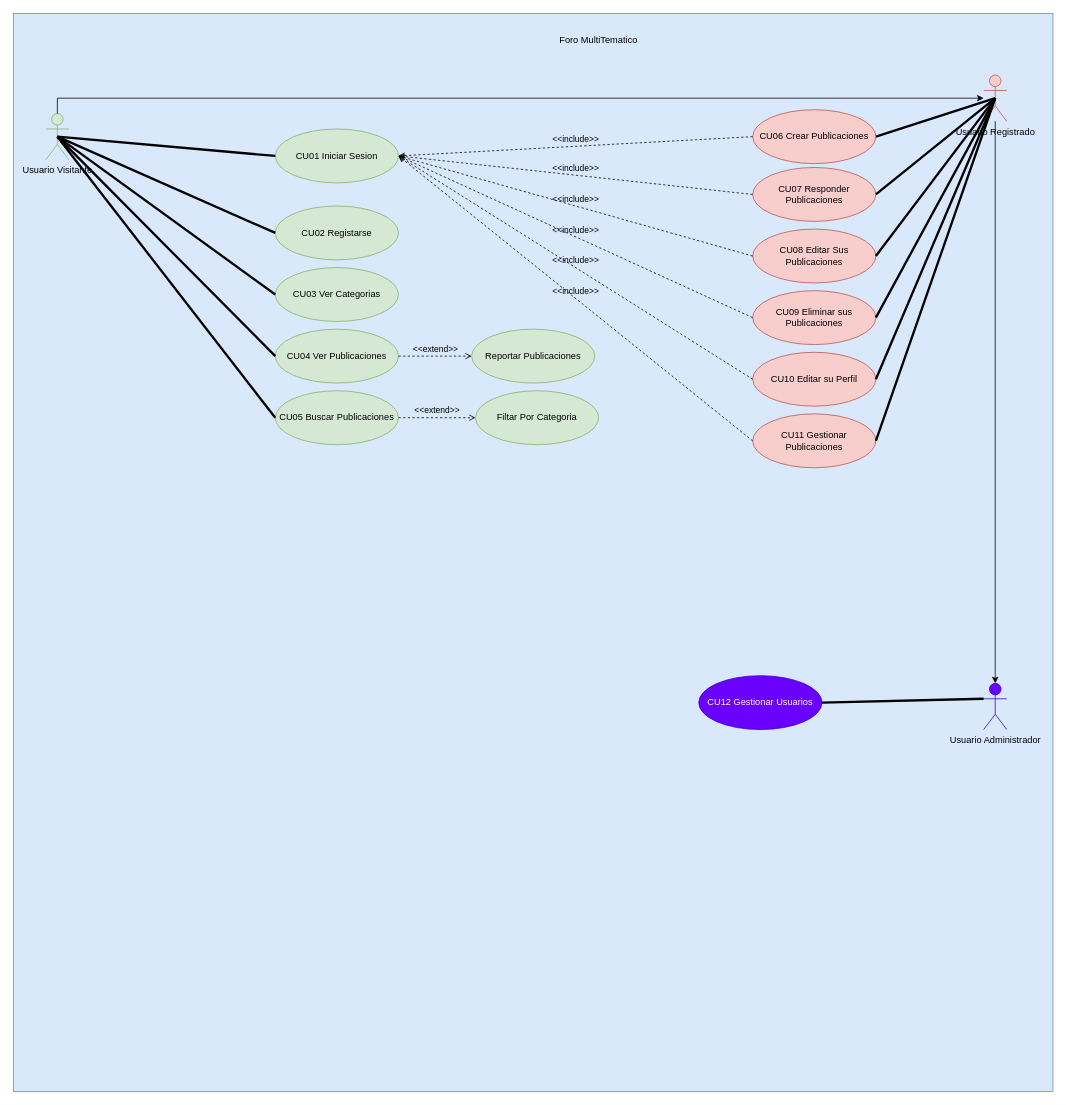
The draw.io diagram Fase de Diseño/Casos de uso/casos de uso drawio/Casos de Uso.drawio in daniinigogarcia98/Proyecto-Intermodular, before the edit. Source tidied: cells renumbered, new cells numbered last; positions are measured from the earlier drawing's top-left corner, leaving out a move shared by most shapes. Both pictures are drawn from the tidied source at 77%, with x=0, y=0 at pixel (13, 13).
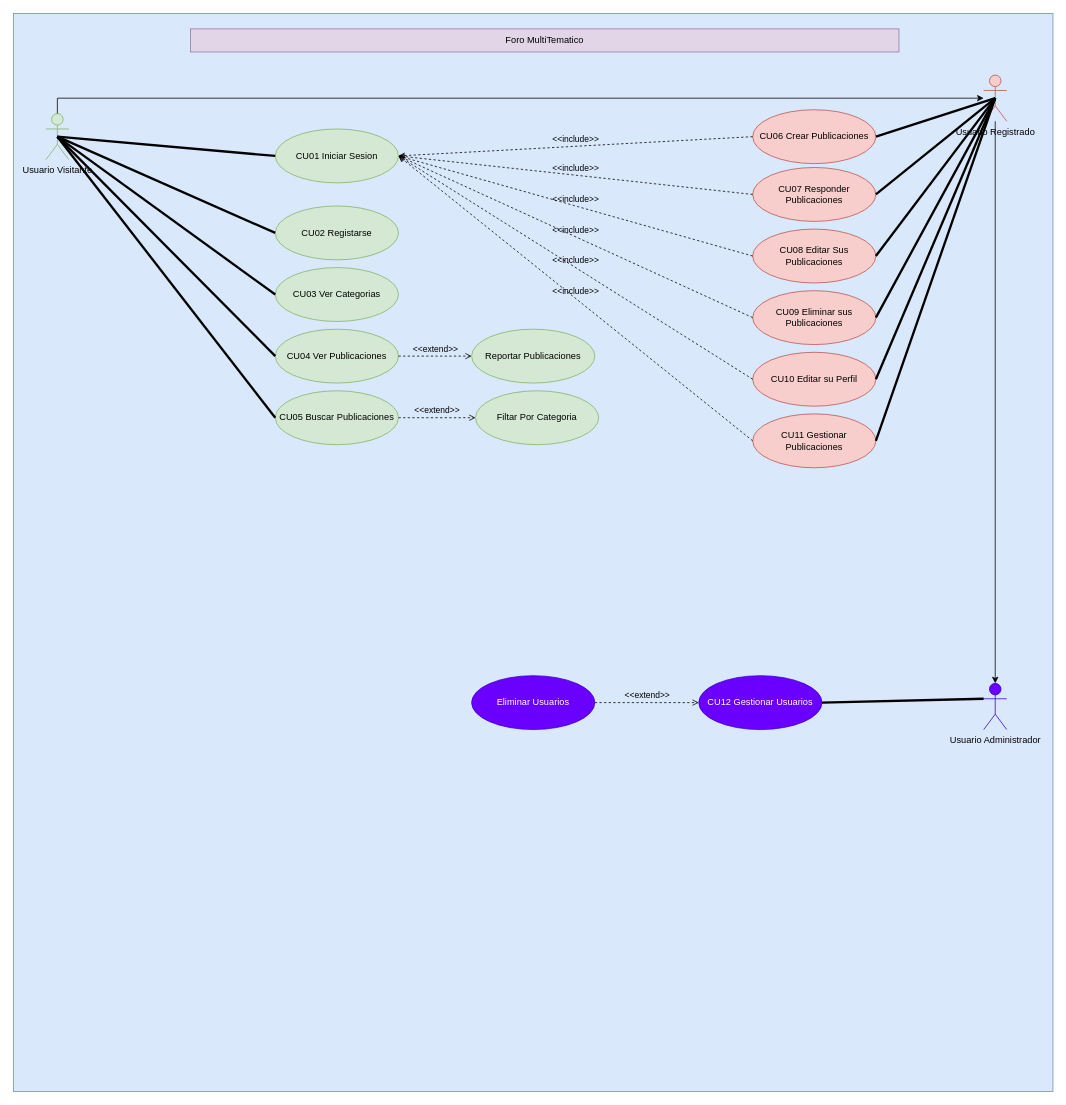
The same diagram, later.

Unchanged cells that the change refers to:
```xml
<mxCell id="30" value="CU12 Gestionar Usuarios" style="ellipse;whiteSpace=wrap;html=1;fillColor=#6a00ff;strokeColor=#3700CC;fontColor=#ffffff;" parent="1" vertex="1">
  <mxGeometry x="890" y="860" width="160" height="70" as="geometry" />
</mxCell>
```

Change to the diagram source:
```diff
@@
-    <mxCell id="3" value="Foro MultiTematico" style="text;html=1;whiteSpace=wrap;strokeColor=none;fillColor=none;align=center;verticalAlign=middle;rounded=0;" parent="1" vertex="1">
-      <mxGeometry x="300" y="20" width="920" height="30" as="geometry" />
+    <mxCell id="3" value="Foro MultiTematico" style="text;html=1;whiteSpace=wrap;strokeColor=#9673a6;fillColor=#e1d5e7;align=center;verticalAlign=middle;rounded=0;" parent="1" vertex="1">
+      <mxGeometry x="230" y="20" width="920" height="30" as="geometry" />
     </mxCell>
@@
+    <mxCell id="43" value="Eliminar Usuarios" style="ellipse;whiteSpace=wrap;html=1;fillColor=#6a00ff;strokeColor=#3700CC;fontColor=#ffffff;" parent="1" vertex="1">
+      <mxGeometry x="595" y="860" width="160" height="70" as="geometry" />
+    </mxCell>
+    <mxCell id="44" value="&amp;lt;&amp;lt;extend&amp;gt;&amp;gt;" style="html=1;verticalAlign=bottom;labelBackgroundColor=none;endArrow=open;endFill=0;dashed=1;rounded=0;exitX=1;exitY=0.5;exitDx=0;exitDy=0;entryX=0;entryY=0.5;entryDx=0;entryDy=0;" parent="1" edge="1" source="43" target="30">
+      <mxGeometry relative="1" as="geometry" />
+    </mxCell>
```
